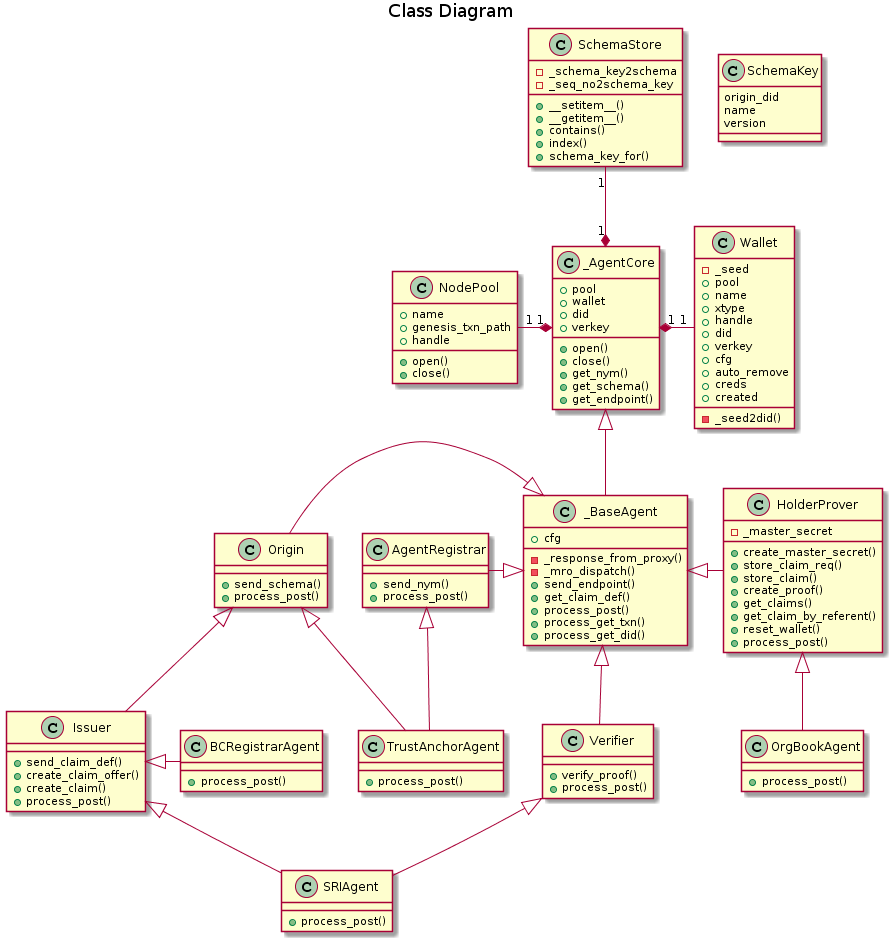
This is doc/pic/class.png from PSPC-SPAC-buyandsell/von_base, a PlantUML export, as it was before one commit.
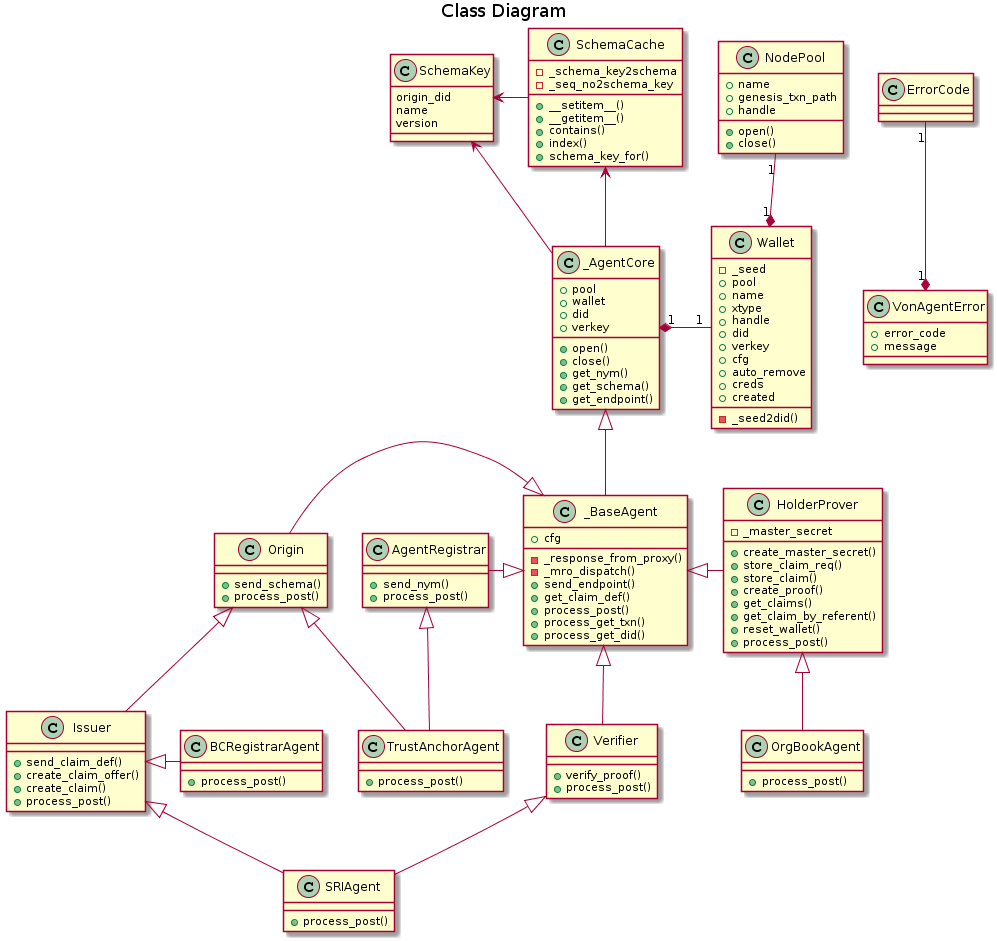
After the commit.

Commit message:
Include von_conx, schema & claim-def caches

Change to the diagram source:
```diff
@@ -1,6 +1,14 @@
 @startuml
 
 title Class Diagram
+
+class ErrorCode {
+}
+
+class VonAgentError {
+    + error_code
+    + message
+}
 
 class SchemaKey {
     origin_did
@@ -8,7 +16,7 @@
     version
 }
 
-class SchemaStore {
+class SchemaCache {
     -_schema_key2schema
     -_seq_no2schema_key
     +__setitem__()
@@ -114,9 +122,13 @@
     +process_post()
 }
 
-_AgentCore "1" *-up- "1" SchemaStore
-_AgentCore "1" *-left- "1" NodePool
+VonAgentError "1" *-up- "1" ErrorCode
+SchemaCache -left-> SchemaKey
+_AgentCore -left-> SchemaKey
+
+_AgentCore -up-> SchemaCache
 _AgentCore "1" *-right- "1" Wallet
+Wallet "1" *-up- "1" NodePool
 
 _AgentCore <|-down- _BaseAgent
 _BaseAgent <|-left- AgentRegistrar
```
